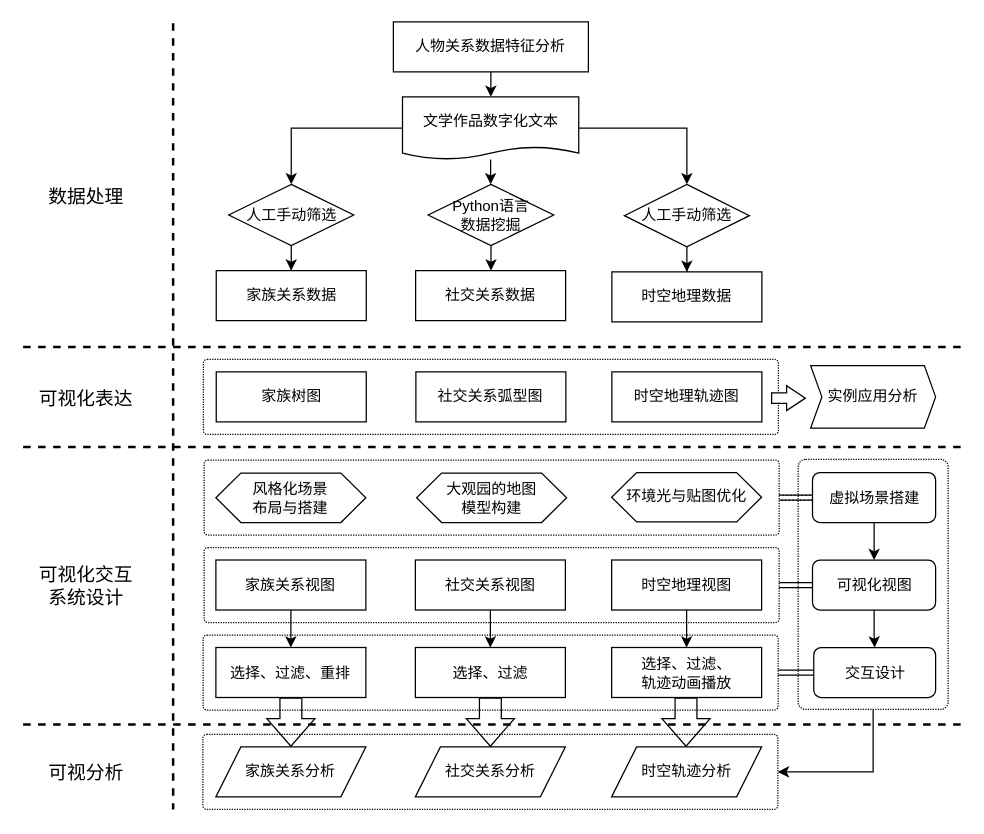
Before: Papers/Untitled Diagram.drawio in susanteen/BIGChongloumengVIS, a draw.io diagram. Source tidied: cells renumbered, new cells numbered last; positions are measured from the earlier drawing's top-left corner, leaving out a move shared by most shapes. Both pictures are drawn from the tidied source at 125%, with x=0, y=0 at pixel (22, 21).
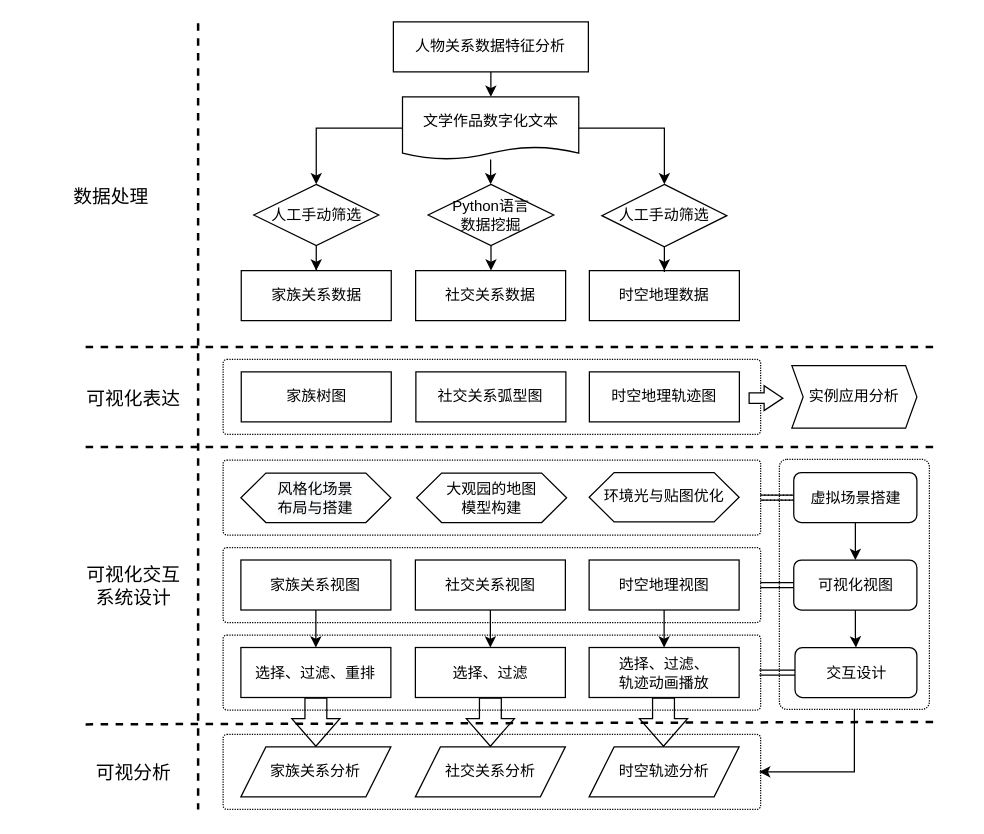
The same page after the edit.

Change to the diagram source:
```diff
@@
     <mxCell id="2" style="rounded=1;whiteSpace=wrap;html=1;fontSize=12;fillColor=none;dashed=1;dashPattern=1 1;arcSize=5;" parent="1" vertex="1">
-      <mxGeometry x="143.8" y="570" width="460" height="60" as="geometry" />
+      <mxGeometry x="160" y="570" width="430" height="60" as="geometry" />
     </mxCell>
     <mxCell id="3" style="rounded=1;whiteSpace=wrap;html=1;fontSize=12;fillColor=none;dashed=1;dashPattern=1 1;arcSize=5;" parent="1" vertex="1">
-      <mxGeometry x="144.8" y="350.5" width="460" height="60" as="geometry" />
+      <mxGeometry x="160" y="350.5" width="430" height="60" as="geometry" />
     </mxCell>
     <mxCell id="4" style="rounded=1;whiteSpace=wrap;html=1;fontSize=12;fillColor=none;dashed=1;dashPattern=1 1;arcSize=5;" parent="1" vertex="1">
-      <mxGeometry x="144.2" y="270" width="460" height="60" as="geometry" />
+      <mxGeometry x="160" y="270" width="430" height="60" as="geometry" />
     </mxCell>
     <mxCell id="5" style="rounded=1;whiteSpace=wrap;html=1;fontSize=12;fillColor=none;dashed=1;dashPattern=1 1;arcSize=5;" parent="1" vertex="1">
-      <mxGeometry x="144.8" y="420.5" width="460" height="60" as="geometry" />
+      <mxGeometry x="160" y="420.5" width="430" height="60" as="geometry" />
     </mxCell>
     <mxCell id="6" style="rounded=1;whiteSpace=wrap;html=1;fontSize=12;fillColor=none;dashed=1;dashPattern=1 1;arcSize=5;" parent="1" vertex="1">
-      <mxGeometry x="144" y="490.5" width="460" height="60" as="geometry" />
+      <mxGeometry x="160" y="490.5" width="430" height="60" as="geometry" />
     </mxCell>
     <mxCell id="7" value="&lt;font style=&quot;font-size: 15px;&quot;&gt;数据处理&lt;/font&gt;" style="text;html=1;align=center;verticalAlign=middle;strokeColor=none;fillColor=none;fontSize=15;" parent="1" vertex="1">
-      <mxGeometry x="10" y="129" width="80" height="20" as="geometry" />
+      <mxGeometry x="30" y="129" width="80" height="20" as="geometry" />
     </mxCell>
     <mxCell id="8" value="&lt;font style=&quot;font-size: 15px;&quot;&gt;可视化表达&lt;/font&gt;" style="text;html=1;align=center;verticalAlign=middle;strokeColor=none;fillColor=none;fontSize=15;" parent="1" vertex="1">
-      <mxGeometry x="5" y="291" width="90" height="20" as="geometry" />
+      <mxGeometry x="43" y="291" width="90" height="20" as="geometry" />
     </mxCell>
     <mxCell id="9" value="&lt;font style=&quot;font-size: 15px;&quot;&gt;可视化交互&lt;br style=&quot;font-size: 15px;&quot;&gt;系统设计&lt;/font&gt;" style="text;html=1;align=center;verticalAlign=middle;strokeColor=none;fillColor=none;fontSize=15;" parent="1" vertex="1">
-      <mxGeometry x="5" y="430.5" width="90" height="40" as="geometry" />
+      <mxGeometry x="43" y="430.5" width="90" height="40" as="geometry" />
     </mxCell>
     <mxCell id="10" value="&lt;font style=&quot;font-size: 15px;&quot;&gt;可视分析&lt;/font&gt;" style="text;html=1;align=center;verticalAlign=middle;strokeColor=none;fillColor=none;fontSize=15;" parent="1" vertex="1">
-      <mxGeometry x="10" y="590" width="80" height="20" as="geometry" />
+      <mxGeometry x="48" y="590" width="80" height="20" as="geometry" />
     </mxCell>
@@
     <mxCell id="16" value="家族关系数据" style="rounded=0;whiteSpace=wrap;html=1;" parent="1" vertex="1">
-      <mxGeometry x="154.5" y="199" width="120" height="40" as="geometry" />
+      <mxGeometry x="174.5" y="199" width="120" height="40" as="geometry" />
     </mxCell>
     <mxCell id="17" value="时空地理数据" style="rounded=0;whiteSpace=wrap;html=1;" parent="1" vertex="1">
-      <mxGeometry x="471" y="200" width="120" height="40" as="geometry" />
+      <mxGeometry x="453" y="199" width="120" height="40" as="geometry" />
     </mxCell>
@@
     <mxCell id="19" value="人工手动筛选" style="rhombus;whiteSpace=wrap;html=1;" parent="1" vertex="1">
-      <mxGeometry x="164.5" y="130" width="100" height="49" as="geometry" />
+      <mxGeometry x="184.5" y="130" width="100" height="49" as="geometry" />
     </mxCell>
@@
     <mxCell id="23" value="人工手动筛选" style="rhombus;whiteSpace=wrap;html=1;" parent="1" vertex="1">
-      <mxGeometry x="481" y="130" width="100" height="50" as="geometry" />
+      <mxGeometry x="463" y="130" width="100" height="50" as="geometry" />
     </mxCell>
@@
     <mxCell id="26" value="家族树图" style="rounded=0;whiteSpace=wrap;html=1;" parent="1" vertex="1">
-      <mxGeometry x="154.5" y="280" width="120" height="40" as="geometry" />
+      <mxGeometry x="174.5" y="280" width="120" height="40" as="geometry" />
     </mxCell>
@@
     <mxCell id="28" value="时空地理轨迹图" style="rounded=0;whiteSpace=wrap;html=1;" parent="1" vertex="1">
-      <mxGeometry x="471" y="280" width="120" height="40" as="geometry" />
+      <mxGeometry x="453" y="280" width="120" height="40" as="geometry" />
     </mxCell>
     <mxCell id="29" value="实例应用分析" style="shape=step;perimeter=stepPerimeter;whiteSpace=wrap;html=1;fixedSize=1;size=9;" parent="1" vertex="1">
-      <mxGeometry x="630" y="275" width="100" height="50" as="geometry" />
+      <mxGeometry x="615" y="275" width="100" height="50" as="geometry" />
     </mxCell>
     <mxCell id="30" style="endArrow=none;dashed=1;html=1;rounded=0;strokeWidth=2;" parent="1" edge="1">
       <mxGeometry relative="1" as="geometry">
-        <mxPoint y="260" as="sourcePoint" />
-        <mxPoint x="750" y="260" as="targetPoint" />
+        <mxPoint x="50" y="260" as="sourcePoint" />
+        <mxPoint x="730" y="260" as="targetPoint" />
       </mxGeometry>
     </mxCell>
     <mxCell id="31" style="endArrow=none;dashed=1;html=1;rounded=0;strokeWidth=2;" parent="1" edge="1">
       <mxGeometry relative="1" as="geometry">
-        <mxPoint y="340" as="sourcePoint" />
-        <mxPoint x="750" y="340" as="targetPoint" />
+        <mxPoint x="50" y="340" as="sourcePoint" />
+        <mxPoint x="730" y="340" as="targetPoint" />
       </mxGeometry>
     </mxCell>
     <mxCell id="32" style="html=1;shadow=0;dashed=0;align=center;verticalAlign=middle;shape=mxgraph.arrows2.arrow;dy=0.58;dx=15;notch=0;" parent="1" vertex="1">
-      <mxGeometry x="598.8" y="291" width="27" height="20" as="geometry" />
+      <mxGeometry x="580.8" y="291" width="27" height="20" as="geometry" />
     </mxCell>
     <mxCell id="33" style="endArrow=none;dashed=1;html=1;rounded=0;strokeWidth=2;" parent="1" edge="1">
       <mxGeometry relative="1" as="geometry">
-        <mxPoint x="120" y="1" as="sourcePoint" />
-        <mxPoint x="120" y="630" as="targetPoint" />
+        <mxPoint x="140" y="1" as="sourcePoint" />
+        <mxPoint x="140" y="630" as="targetPoint" />
       </mxGeometry>
     </mxCell>
@@
-    <mxCell id="35" style="edgeStyle=orthogonalEdgeStyle;rounded=0;jettySize=auto;html=1;fontSize=12;strokeWidth=1;dashed=1;dashPattern=1 2;shape=link;" parent="1" edge="1" source="37" target="3">
-      <mxGeometry relative="1" as="geometry" />
+    <mxCell id="35" style="edgeStyle=orthogonalEdgeStyle;rounded=0;jettySize=auto;html=1;fontSize=12;strokeWidth=1;dashed=1;dashPattern=1 2;shape=link;" parent="1" edge="1" source="37">
+      <mxGeometry relative="1" as="geometry">
+        <mxPoint x="589.8" y="380.5" as="targetPoint" />
+      </mxGeometry>
     </mxCell>
-    <mxCell id="36" style="edgeStyle=orthogonalEdgeStyle;shape=link;rounded=0;jettySize=auto;html=1;fontSize=12;strokeWidth=1;" parent="1" edge="1" source="37" target="3">
-      <mxGeometry relative="1" as="geometry" />
+    <mxCell id="36" style="edgeStyle=orthogonalEdgeStyle;shape=link;rounded=0;jettySize=auto;html=1;fontSize=12;strokeWidth=1;" parent="1" edge="1" source="37">
+      <mxGeometry relative="1" as="geometry">
+        <mxPoint x="589.8" y="380.5" as="targetPoint" />
+      </mxGeometry>
     </mxCell>
     <mxCell id="37" value="虚拟场景搭建" style="rounded=1;whiteSpace=wrap;html=1;fontSize=12;" parent="1" vertex="1">
-      <mxGeometry x="631.5" y="360.5" width="98.5" height="40" as="geometry" />
+      <mxGeometry x="616.5" y="360.5" width="98.5" height="40" as="geometry" />
     </mxCell>
@@
     <mxCell id="39" value="家族关系视图" style="rounded=0;whiteSpace=wrap;html=1;" parent="1" vertex="1">
-      <mxGeometry x="154.2" y="430.5" width="120" height="40" as="geometry" />
+      <mxGeometry x="174.2" y="430.5" width="120" height="40" as="geometry" />
     </mxCell>
@@
     <mxCell id="43" value="时空地理视图" style="rounded=0;whiteSpace=wrap;html=1;" parent="1" vertex="1">
-      <mxGeometry x="470.8" y="430.5" width="120" height="40" as="geometry" />
+      <mxGeometry x="452.8" y="430.5" width="120" height="40" as="geometry" />
     </mxCell>
-    <mxCell id="44" style="edgeStyle=orthogonalEdgeStyle;rounded=0;jettySize=auto;html=1;fontSize=12;strokeWidth=1;shape=link;" parent="1" edge="1" source="46" target="5">
-      <mxGeometry relative="1" as="geometry" />
+    <mxCell id="44" style="edgeStyle=orthogonalEdgeStyle;rounded=0;jettySize=auto;html=1;fontSize=12;strokeWidth=1;shape=link;" parent="1" edge="1" source="46">
+      <mxGeometry relative="1" as="geometry">
+        <mxPoint x="589.8" y="450.5" as="targetPoint" />
+      </mxGeometry>
     </mxCell>
@@
     <mxCell id="46" value="可视化视图" style="rounded=1;whiteSpace=wrap;html=1;fontSize=12;" parent="1" vertex="1">
-      <mxGeometry x="631.5" y="430.5" width="98.5" height="40" as="geometry" />
+      <mxGeometry x="616.5" y="430.5" width="98.5" height="40" as="geometry" />
     </mxCell>
     <mxCell id="47" value="选择、过滤、重排" style="rounded=0;whiteSpace=wrap;html=1;" parent="1" vertex="1">
-      <mxGeometry x="154.2" y="500.5" width="120" height="40" as="geometry" />
+      <mxGeometry x="174.2" y="500.5" width="120" height="40" as="geometry" />
     </mxCell>
@@
     <mxCell id="49" value="选择、过滤、&lt;br&gt;轨迹动画播放" style="rounded=0;whiteSpace=wrap;html=1;" parent="1" vertex="1">
-      <mxGeometry x="470.8" y="500.5" width="120" height="40" as="geometry" />
+      <mxGeometry x="452.8" y="500.5" width="120" height="40" as="geometry" />
     </mxCell>
-    <mxCell id="50" style="edgeStyle=orthogonalEdgeStyle;rounded=0;jettySize=auto;html=1;fontSize=12;strokeWidth=1;shape=link;" parent="1" edge="1" source="51" target="6">
-      <mxGeometry relative="1" as="geometry" />
+    <mxCell id="50" style="edgeStyle=orthogonalEdgeStyle;rounded=0;jettySize=auto;html=1;fontSize=12;strokeWidth=1;shape=link;" parent="1" edge="1" source="51">
+      <mxGeometry relative="1" as="geometry">
+        <mxPoint x="589" y="520.5" as="targetPoint" />
+      </mxGeometry>
     </mxCell>
     <mxCell id="51" value="交互设计" style="rounded=1;whiteSpace=wrap;html=1;fontSize=12;" parent="1" vertex="1">
-      <mxGeometry x="632.5" y="500.5" width="97.5" height="40" as="geometry" />
+      <mxGeometry x="617.5" y="500.5" width="97.5" height="40" as="geometry" />
     </mxCell>
     <mxCell id="52" style="endArrow=none;dashed=1;html=1;rounded=0;strokeWidth=2;" parent="1" edge="1">
       <mxGeometry relative="1" as="geometry">
-        <mxPoint y="562" as="sourcePoint" />
-        <mxPoint x="750" y="562" as="targetPoint" />
+        <mxPoint x="50" y="562" as="sourcePoint" />
+        <mxPoint x="730" y="560" as="targetPoint" />
       </mxGeometry>
     </mxCell>
-    <mxCell id="53" style="edgeStyle=orthogonalEdgeStyle;rounded=0;jettySize=auto;html=1;entryX=1;entryY=0.5;entryDx=0;entryDy=0;fontSize=12;strokeWidth=1;" parent="1" edge="1" source="54" target="2">
+    <mxCell id="53" style="edgeStyle=orthogonalEdgeStyle;rounded=0;jettySize=auto;html=1;entryX=1;entryY=0.5;entryDx=0;entryDy=0;fontSize=12;strokeWidth=1;" parent="1" edge="1" source="54">
       <mxGeometry relative="1" as="geometry">
+        <mxPoint x="588.8" y="600" as="targetPoint" />
         <Array as="points">
-          <mxPoint x="680" y="600" />
+          <mxPoint x="665" y="600" />
         </Array>
       </mxGeometry>
     </mxCell>
     <mxCell id="54" style="rounded=1;whiteSpace=wrap;html=1;fontSize=12;fillColor=none;dashed=1;dashPattern=1 1;arcSize=5;" parent="1" vertex="1">
-      <mxGeometry x="620" y="350" width="120" height="200" as="geometry" />
+      <mxGeometry x="605" y="350" width="120" height="200" as="geometry" />
     </mxCell>
     <mxCell id="55" value="家族关系分析" style="shape=parallelogram;perimeter=parallelogramPerimeter;whiteSpace=wrap;html=1;fixedSize=1;fontSize=12;fillColor=none;" parent="1" vertex="1">
-      <mxGeometry x="154.2" y="580" width="120" height="40" as="geometry" />
+      <mxGeometry x="174.2" y="580" width="120" height="40" as="geometry" />
     </mxCell>
     <mxCell id="56" value="时空轨迹分析" style="shape=parallelogram;perimeter=parallelogramPerimeter;whiteSpace=wrap;html=1;fixedSize=1;fontSize=12;fillColor=none;" parent="1" vertex="1">
-      <mxGeometry x="470.8" y="580" width="120" height="40" as="geometry" />
+      <mxGeometry x="452.8" y="580" width="120" height="40" as="geometry" />
     </mxCell>
@@
     <mxCell id="60" style="shape=flexArrow;endArrow=classic;html=1;rounded=0;fontSize=12;strokeWidth=1;exitX=0.5;exitY=1;exitDx=0;exitDy=0;entryX=0.5;entryY=0;entryDx=0;entryDy=0;width=17.5;endSize=7.0583333333333345;" parent="1" edge="1">
       <mxGeometry relative="1" as="geometry">
-        <mxPoint x="530.3" y="540.5" as="sourcePoint" />
-        <mxPoint x="530.3" y="580" as="targetPoint" />
+        <mxPoint x="512.3" y="540.5" as="sourcePoint" />
+        <mxPoint x="512.3" y="580" as="targetPoint" />
       </mxGeometry>
     </mxCell>
     <mxCell id="61" value="&#10;&#10;&lt;span style=&quot;color: rgb(0, 0, 0); font-family: helvetica; font-size: 12px; font-style: normal; font-weight: 400; letter-spacing: normal; text-align: center; text-indent: 0px; text-transform: none; word-spacing: 0px; background-color: rgb(248, 249, 250); display: inline; float: none;&quot;&gt;风格化场景&lt;/span&gt;&lt;br style=&quot;color: rgb(0, 0, 0); font-family: helvetica; font-size: 12px; font-style: normal; font-weight: 400; letter-spacing: normal; text-align: center; text-indent: 0px; text-transform: none; word-spacing: 0px; background-color: rgb(248, 249, 250);&quot;&gt;&lt;span style=&quot;color: rgb(0, 0, 0); font-family: helvetica; font-size: 12px; font-style: normal; font-weight: 400; letter-spacing: normal; text-align: center; text-indent: 0px; text-transform: none; word-spacing: 0px; background-color: rgb(248, 249, 250); display: inline; float: none;&quot;&gt;布局与搭建&lt;/span&gt;&#10;&#10;" style="shape=hexagon;perimeter=hexagonPerimeter2;whiteSpace=wrap;html=1;fixedSize=1;fontSize=12;fillColor=none;" parent="1" vertex="1">
-      <mxGeometry x="154.2" y="361" width="120" height="39.5" as="geometry" />
+      <mxGeometry x="174.2" y="361" width="120" height="39.5" as="geometry" />
     </mxCell>
     <mxCell id="62" value="环境光与贴图优化" style="shape=hexagon;perimeter=hexagonPerimeter2;whiteSpace=wrap;html=1;fixedSize=1;fontSize=12;fillColor=none;" parent="1" vertex="1">
-      <mxGeometry x="470.8" y="360.5" width="120" height="39.5" as="geometry" />
+      <mxGeometry x="452.8" y="360.5" width="120" height="39.5" as="geometry" />
     </mxCell>
```
